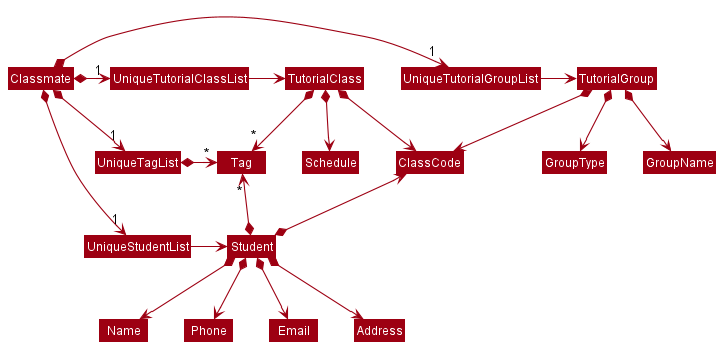
Above: docs/diagrams/BetterModelClassDiagram.png in nus-cs2103-AY2122S1/tp (PlantUML), before the change. Source of this version:
```plantuml
@startuml
!include style.puml
skinparam arrowThickness 1.1
skinparam arrowColor MODEL_COLOR
skinparam classBackgroundColor MODEL_COLOR

Classmate *-right-> "1" UniqueTutorialGroupList
Classmate *-right-> "1" UniqueTutorialClassList
Classmate *-right-> "1" UniqueStudentList
Classmate *-right-> "1" UniqueTagList
UniqueTutorialClassList -[hidden]down- UniqueTagList
UniqueTagList -[hidden]down- UniqueStudentList
UniqueTagList -[hidden]down- UniqueStudentList

UniqueTutorialClassList -right-> TutorialClass
UniqueTagList *-right-> "*" Tag
UniqueStudentList -right-> Student
UniqueTutorialGroupList -right-> TutorialGroup

TutorialGroup *-down-> GroupName
TutorialGroup *-down-> ClassCode
TutorialGroup *-down-> GroupType
TutorialClass *-down-> ClassCode
TutorialClass *-down-> "*" Tag
Student *-up-> ClassCode
Student *-up-> "*" Tag
Tag -[hidden]right- ClassCode

Student *--> Name
Student *--> Phone
Student *--> Email
Student *--> Address
TutorialClass *--> Schedule
@enduml
```
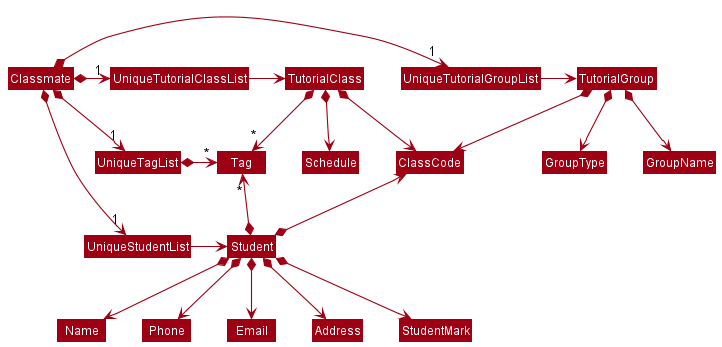
Later version of the same file.

Change to the diagram source:
```diff
@@ -30,5 +30,6 @@
 Student *--> Phone
 Student *--> Email
 Student *--> Address
+Student *--> StudentMark
 TutorialClass *--> Schedule
 @enduml
```
